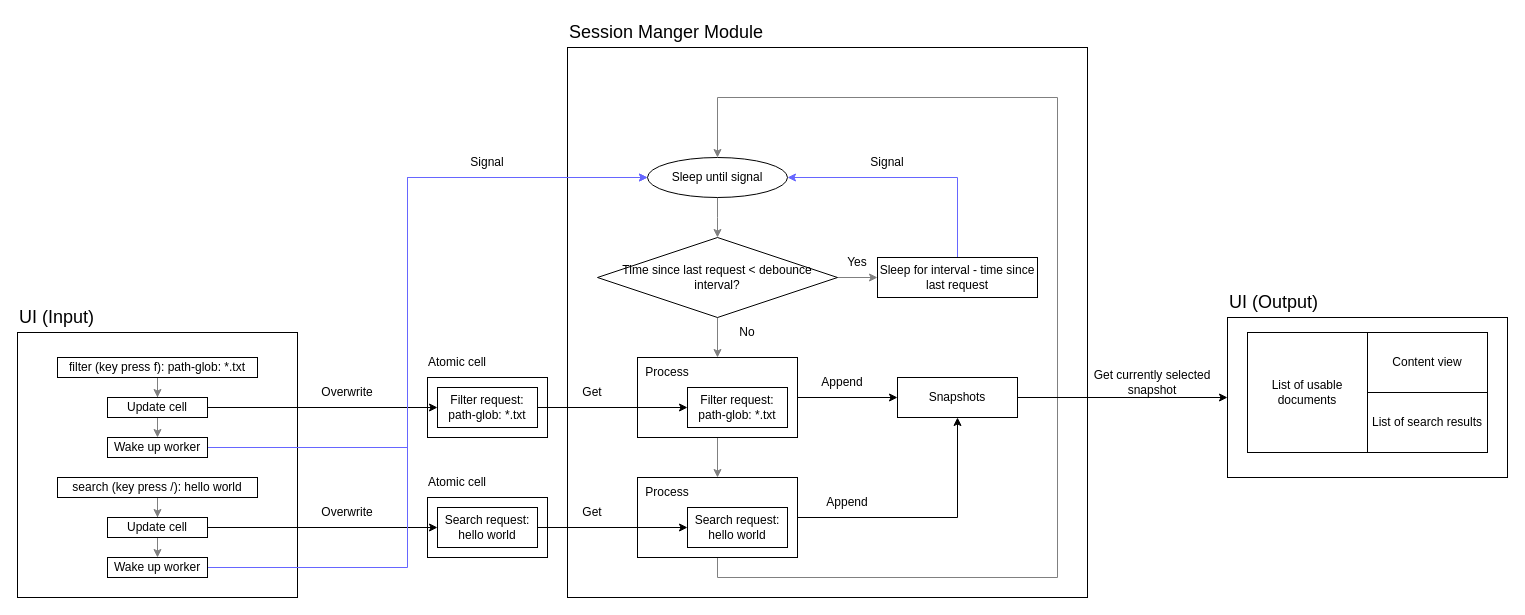
Above: page "session-manager" (8 of 8) of docfd.drawio in darrenldl/darrenldl.github.io (draw.io), before the change. Source tidied: cells renumbered, new cells numbered last; positions are measured from the earlier drawing's top-left corner, leaving out a move shared by most shapes. Both pictures are drawn from the tidied source at 100%, with x=0, y=0 at pixel (17, 17).
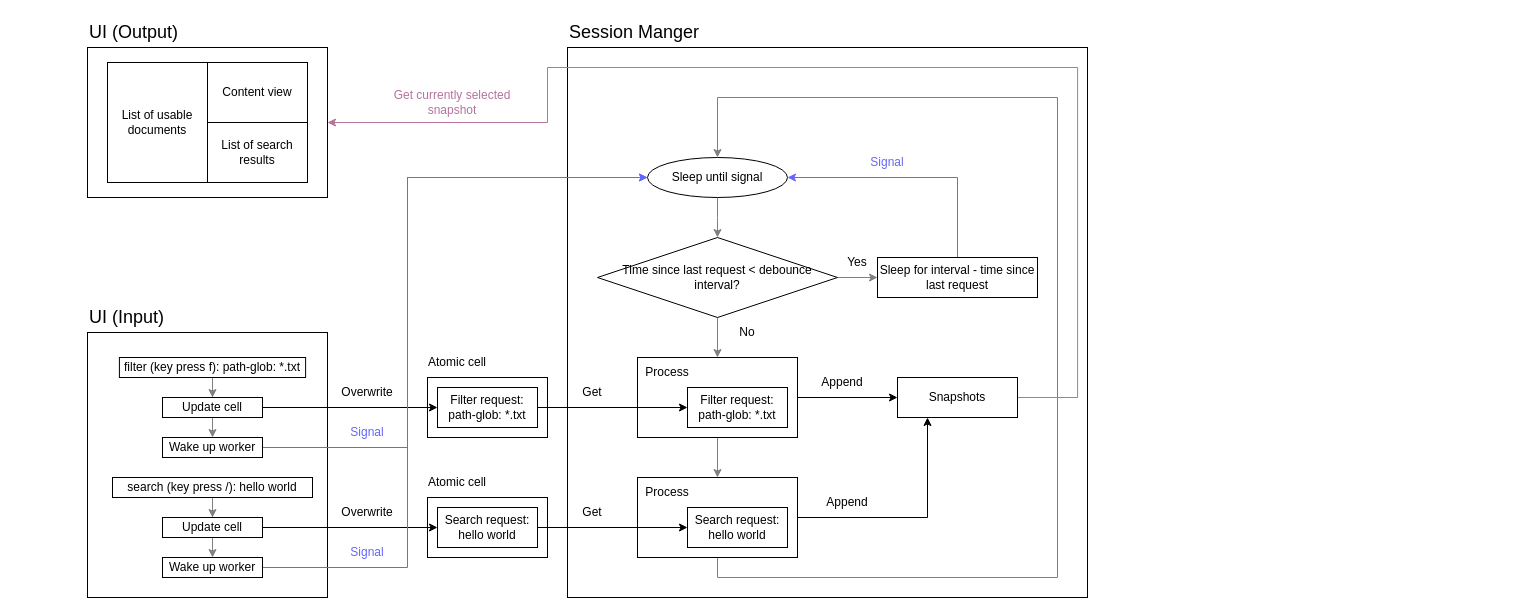
After the change.

Commit message (it also covers changes not shown here):
Tuning session manager diagram

Unchanged cells that the change refers to:
```xml
<mxCell id="26" style="rounded=0;whiteSpace=wrap;html=1;" parent="1" vertex="1">
  <mxGeometry x="620" y="460" width="160" height="80" as="geometry" />
</mxCell>
<mxCell id="53" value="Snapshots" style="rounded=0;whiteSpace=wrap;html=1;" parent="1" vertex="1">
  <mxGeometry x="880" y="360" width="120" height="40" as="geometry" />
</mxCell>
```

Change to the diagram source:
```diff
@@
     <mxCell id="2" style="rounded=0;whiteSpace=wrap;html=1;" parent="1" vertex="1">
-      <mxGeometry x="30" y="330" width="120" height="60" as="geometry" />
+      <mxGeometry x="85" y="330" width="120" height="60" as="geometry" />
     </mxCell>
     <mxCell id="3" style="rounded=0;whiteSpace=wrap;html=1;" parent="1" vertex="1">
-      <mxGeometry y="315" width="280" height="265" as="geometry" />
+      <mxGeometry x="70" y="315" width="240" height="265" as="geometry" />
     </mxCell>
@@
-    <mxCell id="25" style="edgeStyle=orthogonalEdgeStyle;rounded=0;jettySize=auto;html=1;entryX=0.5;entryY=1;entryDx=0;entryDy=0;" parent="1" edge="1" source="26" target="53">
+    <mxCell id="25" style="edgeStyle=orthogonalEdgeStyle;rounded=0;jettySize=auto;html=1;entryX=0.25;entryY=1;entryDx=0;entryDy=0;" parent="1" edge="1" source="26" target="53">
       <mxGeometry relative="1" as="geometry" />
     </mxCell>
@@
-    <mxCell id="34" value="Session Manger Module" style="text;html=1;whiteSpace=wrap;strokeColor=none;fillColor=none;align=left;verticalAlign=middle;rounded=0;fontSize=18;" parent="1" vertex="1">
+    <mxCell id="34" value="Session Manger" style="text;html=1;whiteSpace=wrap;strokeColor=none;fillColor=none;align=left;verticalAlign=middle;rounded=0;fontSize=18;" parent="1" vertex="1">
       <mxGeometry x="550" width="230" height="30" as="geometry" />
     </mxCell>
     <mxCell id="35" value="UI (Input)" style="text;html=1;whiteSpace=wrap;strokeColor=none;fillColor=none;align=left;verticalAlign=middle;rounded=0;fontSize=18;" parent="1" vertex="1">
-      <mxGeometry y="285" width="120" height="30" as="geometry" />
+      <mxGeometry x="70" y="285" width="120" height="30" as="geometry" />
     </mxCell>
@@
     <mxCell id="38" value="search (key press /): hello world" style="rounded=0;whiteSpace=wrap;html=1;" parent="1" vertex="1">
-      <mxGeometry x="40" y="460" width="200" height="20" as="geometry" />
+      <mxGeometry x="95" y="460" width="200" height="20" as="geometry" />
     </mxCell>
@@
     <mxCell id="41" value="filter (key press f): path-glob: *.txt" style="rounded=0;whiteSpace=wrap;html=1;" parent="1" vertex="1">
-      <mxGeometry x="40" y="340" width="200" height="20" as="geometry" />
+      <mxGeometry x="101.9" y="340" width="186.2" height="20" as="geometry" />
     </mxCell>
     <mxCell id="42" value="Overwrite" style="text;html=1;whiteSpace=wrap;strokeColor=none;fillColor=none;align=center;verticalAlign=middle;rounded=0;" parent="1" vertex="1">
-      <mxGeometry x="300" y="360" width="60" height="30" as="geometry" />
+      <mxGeometry x="320" y="360" width="60" height="30" as="geometry" />
     </mxCell>
     <mxCell id="43" value="Overwrite" style="text;html=1;whiteSpace=wrap;strokeColor=none;fillColor=none;align=center;verticalAlign=middle;rounded=0;" parent="1" vertex="1">
-      <mxGeometry x="300" y="480" width="60" height="30" as="geometry" />
+      <mxGeometry x="320" y="480" width="60" height="30" as="geometry" />
     </mxCell>
     <mxCell id="44" style="edgeStyle=orthogonalEdgeStyle;rounded=0;jettySize=auto;html=1;strokeColor=#808080;" parent="1" edge="1" source="45">
       <mxGeometry relative="1" as="geometry">
-        <mxPoint x="140" y="420" as="targetPoint" />
+        <mxPoint x="195" y="420" as="targetPoint" />
       </mxGeometry>
     </mxCell>
     <mxCell id="45" value="Update cell" style="rounded=0;whiteSpace=wrap;html=1;" parent="1" vertex="1">
-      <mxGeometry x="90" y="380" width="100" height="20" as="geometry" />
+      <mxGeometry x="145" y="380" width="100" height="20" as="geometry" />
     </mxCell>
@@
     <mxCell id="47" value="Wake up worker" style="rounded=0;whiteSpace=wrap;html=1;" parent="1" vertex="1">
-      <mxGeometry x="90" y="420" width="100" height="20" as="geometry" />
+      <mxGeometry x="145" y="420" width="100" height="20" as="geometry" />
     </mxCell>
     <mxCell id="48" style="edgeStyle=orthogonalEdgeStyle;rounded=0;jettySize=auto;html=1;strokeColor=#808080;" parent="1" edge="1" source="49">
       <mxGeometry relative="1" as="geometry">
-        <mxPoint x="140" y="540" as="targetPoint" />
+        <mxPoint x="195" y="540" as="targetPoint" />
       </mxGeometry>
     </mxCell>
     <mxCell id="49" value="Update cell" style="rounded=0;whiteSpace=wrap;html=1;" parent="1" vertex="1">
-      <mxGeometry x="90" y="500" width="100" height="20" as="geometry" />
+      <mxGeometry x="145" y="500" width="100" height="20" as="geometry" />
     </mxCell>
@@
     <mxCell id="51" value="Wake up worker" style="rounded=0;whiteSpace=wrap;html=1;" parent="1" vertex="1">
-      <mxGeometry x="90" y="540" width="100" height="20" as="geometry" />
+      <mxGeometry x="145" y="540" width="100" height="20" as="geometry" />
     </mxCell>
-    <mxCell id="52" style="edgeStyle=orthogonalEdgeStyle;rounded=0;jettySize=auto;html=1;entryX=0;entryY=0.5;entryDx=0;entryDy=0;" parent="1" edge="1" source="53" target="59">
-      <mxGeometry relative="1" as="geometry" />
+    <mxCell id="52" style="edgeStyle=orthogonalEdgeStyle;rounded=0;jettySize=auto;html=1;entryX=1;entryY=0.5;entryDx=0;entryDy=0;strokeColor=#B5739D;fontColor=#CDA2BE;" parent="1" edge="1" source="53" target="59">
+      <mxGeometry relative="1" as="geometry">
+        <Array as="points">
+          <mxPoint x="1060.1" y="380" />
+          <mxPoint x="1060.1" y="50" />
+          <mxPoint x="530" y="50" />
+          <mxPoint x="530" y="105" />
+        </Array>
+      </mxGeometry>
     </mxCell>
@@
-    <mxCell id="56" value="Signal" style="text;html=1;whiteSpace=wrap;strokeColor=none;fillColor=none;align=center;verticalAlign=middle;rounded=0;" parent="1" vertex="1">
-      <mxGeometry x="440" y="130" width="60" height="30" as="geometry" />
+    <mxCell id="56" value="Signal" style="text;html=1;whiteSpace=wrap;strokeColor=none;fillColor=none;align=center;verticalAlign=middle;rounded=0;fontColor=#6666FF;" parent="1" vertex="1">
+      <mxGeometry x="320" y="520" width="60" height="30" as="geometry" />
     </mxCell>
-    <mxCell id="57" value="Signal" style="text;html=1;whiteSpace=wrap;strokeColor=none;fillColor=none;align=center;verticalAlign=middle;rounded=0;" parent="1" vertex="1">
+    <mxCell id="57" value="Signal" style="text;html=1;whiteSpace=wrap;strokeColor=none;fillColor=none;align=center;verticalAlign=middle;rounded=0;fontColor=#6666FF;" parent="1" vertex="1">
       <mxGeometry x="840" y="130" width="60" height="30" as="geometry" />
     </mxCell>
     <mxCell id="58" value="UI (Output)" style="text;html=1;whiteSpace=wrap;strokeColor=none;fillColor=none;align=left;verticalAlign=middle;rounded=0;fontSize=18;" parent="1" vertex="1">
-      <mxGeometry x="1210" y="270" width="120" height="30" as="geometry" />
+      <mxGeometry x="70" width="120" height="30" as="geometry" />
     </mxCell>
     <mxCell id="59" style="rounded=0;whiteSpace=wrap;html=1;" parent="1" vertex="1">
-      <mxGeometry x="1210" y="300" width="280" height="160" as="geometry" />
+      <mxGeometry x="70" y="30" width="240" height="150" as="geometry" />
     </mxCell>
     <mxCell id="60" value="List of usable documents" style="rounded=0;whiteSpace=wrap;html=1;" parent="1" vertex="1">
-      <mxGeometry x="1230" y="315" width="120" height="120" as="geometry" />
+      <mxGeometry x="90" y="45" width="100" height="120" as="geometry" />
     </mxCell>
     <mxCell id="61" value="Content view" style="rounded=0;whiteSpace=wrap;html=1;" parent="1" vertex="1">
-      <mxGeometry x="1350" y="315" width="120" height="60" as="geometry" />
+      <mxGeometry x="190" y="45" width="100" height="60" as="geometry" />
     </mxCell>
     <mxCell id="62" value="List of search results" style="rounded=0;whiteSpace=wrap;html=1;" parent="1" vertex="1">
-      <mxGeometry x="1350" y="375" width="120" height="60" as="geometry" />
+      <mxGeometry x="190" y="105" width="100" height="60" as="geometry" />
     </mxCell>
-    <mxCell id="63" value="Get currently selected snapshot" style="text;html=1;whiteSpace=wrap;strokeColor=none;fillColor=none;align=center;verticalAlign=middle;rounded=0;" parent="1" vertex="1">
-      <mxGeometry x="1070" y="350" width="130" height="30" as="geometry" />
+    <mxCell id="63" value="Get currently selected snapshot" style="text;html=1;whiteSpace=wrap;strokeColor=none;fillColor=none;align=center;verticalAlign=middle;rounded=0;fontColor=#B5739D;" parent="1" vertex="1">
+      <mxGeometry x="370" y="70" width="130" height="30" as="geometry" />
     </mxCell>
+    <mxCell id="64" value="Signal" style="text;html=1;whiteSpace=wrap;strokeColor=none;fillColor=none;align=center;verticalAlign=middle;rounded=0;fontColor=#6666FF;" parent="1" vertex="1">
+      <mxGeometry x="320" y="400" width="60" height="30" as="geometry" />
+    </mxCell>
```
